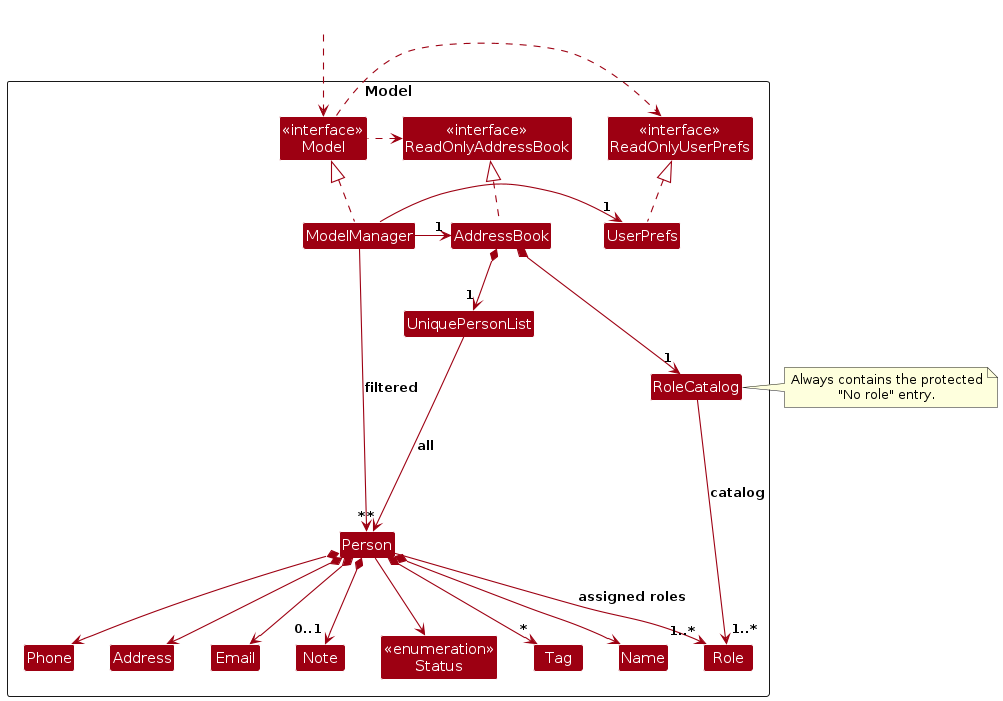
Earlier version of the PlantUML export diagrams/ModelClassDiagram.png (AY2627S1-CS2103-F10-1/tp). Its source is kept beside it as diagrams/ModelClassDiagram.puml.
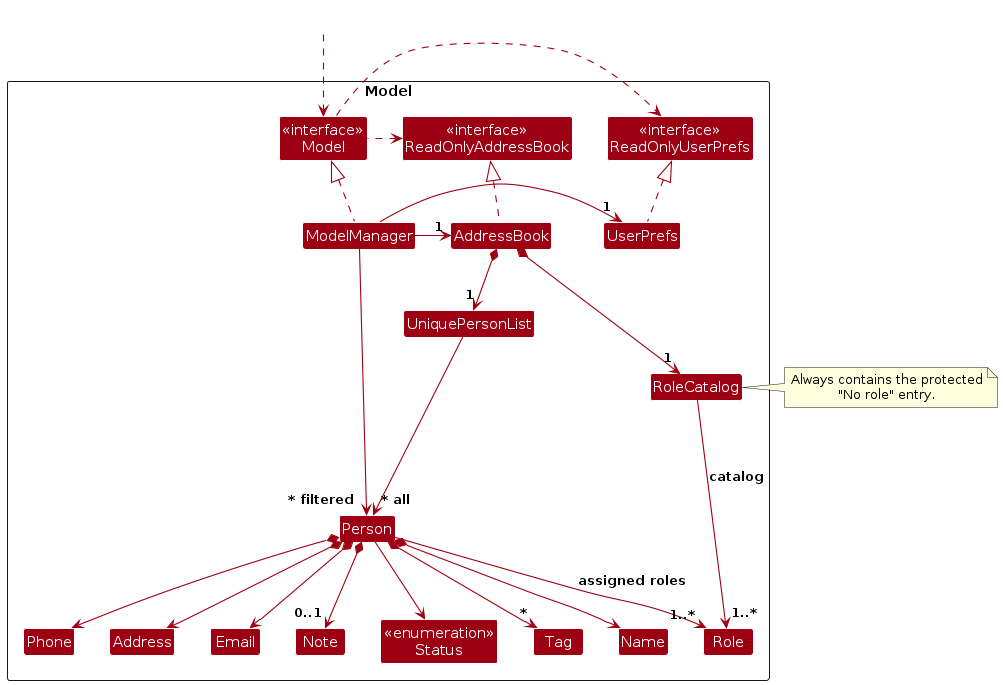
The same file after the commit.

The edit, as a diff of the source:
```diff
@@ -48,7 +48,7 @@
 Person --> "1..*" Role : assigned roles
 
 AddressBook *--> "1" UniquePersonList
-UniquePersonList --> "*" Person : all
+UniquePersonList --> "~* all" Person
 Person *--> Name
 Person *--> Phone
 Person *--> Email
@@ -65,5 +65,5 @@
 Address -[hidden]right-> Email
 Email -[hidden]right-> Note
 
-ModelManager --> "*" Person : filtered
+ModelManager --> "~* filtered" Person
 @enduml
```
